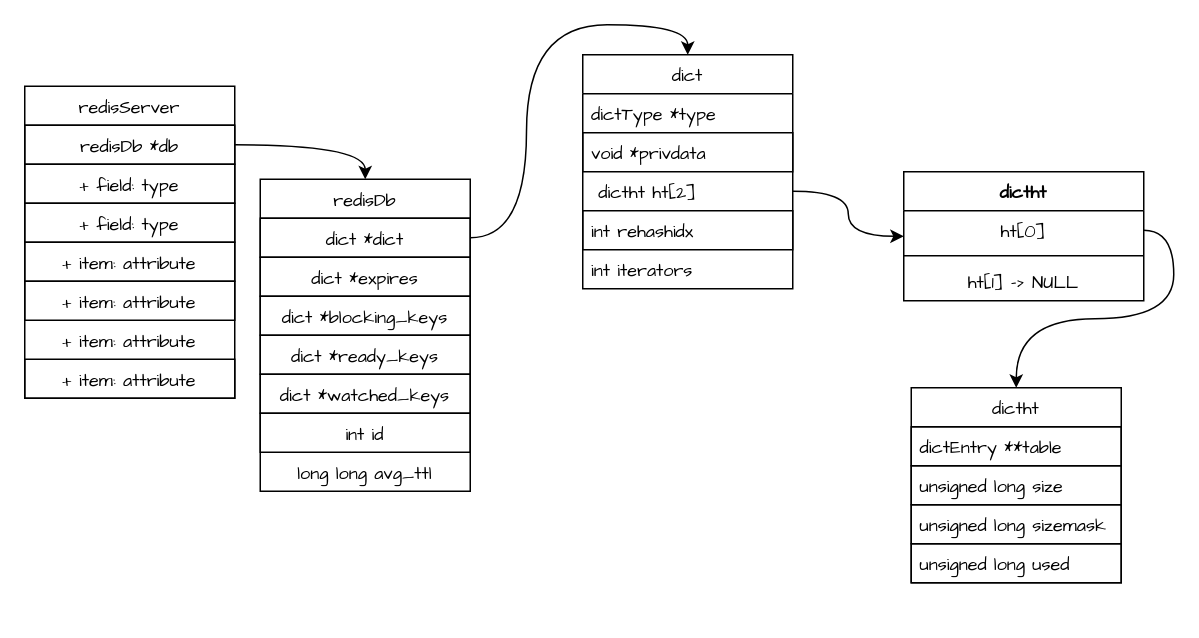
This is redis-main.drawio from munding/drawio, a draw.io file, before an edit. Source tidied: cells renumbered, new cells numbered last; positions are measured from the earlier drawing's top-left corner, leaving out a move shared by most shapes. Both pictures are drawn from the tidied source at 150%, with x=0, y=0 at pixel (24, 54).
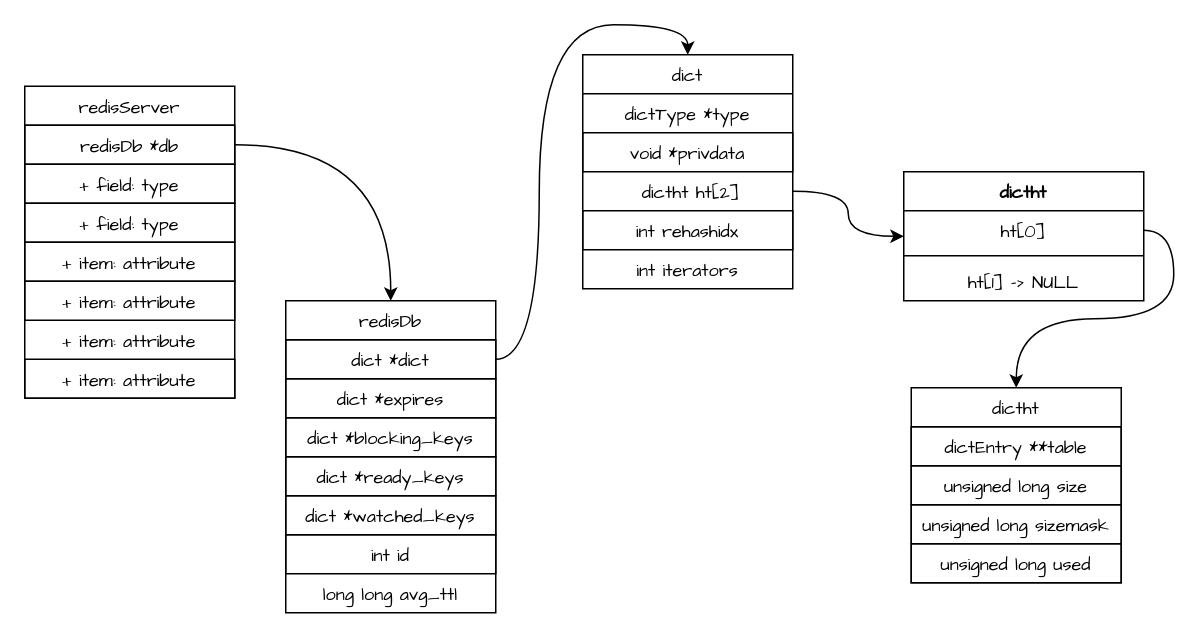
Above is the later version.

The change refers to these unchanged cells:
```xml
<mxCell id="3" value="redisDb *db" style="text;strokeColor=default;fillColor=none;align=center;verticalAlign=top;spacingLeft=4;spacingRight=4;overflow=hidden;points=[[0,0.5],[1,0.5]];portConstraint=eastwest;rounded=0;fontFamily=Comic Sans MS;" parent="2" vertex="1">
  <mxGeometry y="26" width="140" height="26" as="geometry" />
</mxCell>
<mxCell id="11" value="dict *dict" style="text;strokeColor=default;fillColor=none;align=center;verticalAlign=top;spacingLeft=4;spacingRight=4;overflow=hidden;points=[[0,0.5],[1,0.5]];portConstraint=eastwest;rounded=0;fontFamily=Comic Sans MS;" parent="10" vertex="1">
  <mxGeometry y="26" width="140" height="26" as="geometry" />
</mxCell>
<mxCell id="30" value="dictht" style="swimlane;fontStyle=1;align=center;verticalAlign=top;horizontal=1;startSize=26;rounded=0;labelBorderColor=none;fontFamily=Comic Sans MS;strokeColor=default;fillColor=default;" parent="1" vertex="1">
  <mxGeometry x="586" y="78" width="160" height="86" as="geometry" />
</mxCell>
<mxCell id="31" value="ht[0]" style="text;strokeColor=none;fillColor=none;align=center;verticalAlign=top;spacingLeft=4;spacingRight=4;overflow=hidden;points=[[0,0.5],[1,0.5]];portConstraint=eastwest;rounded=0;labelBorderColor=none;fontFamily=Comic Sans MS;" parent="30" vertex="1">
  <mxGeometry y="26" width="160" height="26" as="geometry" />
</mxCell>
```

Change to the diagram source:
```diff
@@
     <mxCell id="10" value="redisDb" style="swimlane;fontStyle=0;horizontal=1;startSize=26;fillColor=none;rounded=0;strokeColor=default;align=center;fontFamily=Comic Sans MS;" parent="1" vertex="1">
-      <mxGeometry x="157" y="83" width="140" height="208" as="geometry" />
+      <mxGeometry x="174" y="164" width="140" height="208" as="geometry" />
     </mxCell>
@@
-    <mxCell id="18" style="edgeStyle=orthogonalEdgeStyle;jettySize=auto;html=1;entryX=0.5;entryY=0;entryDx=0;entryDy=0;fontFamily=Comic Sans MS;curved=1;" parent="1" edge="1" source="3" target="10">
+    <mxCell id="18" style="edgeStyle=orthogonalEdgeStyle;jettySize=auto;html=1;entryX=0.5;entryY=0;entryDx=0;entryDy=0;fontFamily=Comic Sans MS;curved=1;align=center;" parent="1" edge="1" source="3" target="10">
       <mxGeometry relative="1" as="geometry" />
     </mxCell>
-    <mxCell id="19" value="dict" style="swimlane;fontStyle=0;horizontal=1;startSize=26;fillColor=none;rounded=0;labelBorderColor=none;fontFamily=Comic Sans MS;strokeColor=default;" parent="1" vertex="1">
+    <mxCell id="19" value="dict" style="swimlane;fontStyle=0;horizontal=1;startSize=26;fillColor=none;rounded=0;labelBorderColor=none;fontFamily=Comic Sans MS;strokeColor=default;align=center;" parent="1" vertex="1">
       <mxGeometry x="372" width="140" height="156" as="geometry" />
     </mxCell>
-    <mxCell id="20" value="dictType *type" style="text;strokeColor=none;fillColor=none;align=left;verticalAlign=top;spacingLeft=4;spacingRight=4;overflow=hidden;rounded=0;labelBorderColor=none;fontFamily=Comic Sans MS;" parent="19" vertex="1">
+    <mxCell id="20" value="dictType *type" style="text;strokeColor=none;fillColor=none;align=center;verticalAlign=top;spacingLeft=4;spacingRight=4;overflow=hidden;rounded=0;labelBorderColor=none;fontFamily=Comic Sans MS;" parent="19" vertex="1">
       <mxGeometry y="26" width="140" height="26" as="geometry" />
     </mxCell>
-    <mxCell id="21" value="void *privdata" style="text;strokeColor=default;fillColor=none;align=left;verticalAlign=top;spacingLeft=4;spacingRight=4;overflow=hidden;rounded=0;labelBorderColor=none;fontFamily=Comic Sans MS;" parent="19" vertex="1">
+    <mxCell id="21" value="void *privdata" style="text;strokeColor=default;fillColor=none;align=center;verticalAlign=top;spacingLeft=4;spacingRight=4;overflow=hidden;rounded=0;labelBorderColor=none;fontFamily=Comic Sans MS;" parent="19" vertex="1">
       <mxGeometry y="52" width="140" height="26" as="geometry" />
     </mxCell>
-    <mxCell id="22" value=" dictht ht[2]" style="text;strokeColor=none;fillColor=none;align=left;verticalAlign=top;spacingLeft=4;spacingRight=4;overflow=hidden;points=[[0,0.5],[1,0.5]];portConstraint=eastwest;rounded=0;labelBorderColor=none;fontFamily=Comic Sans MS;" parent="19" vertex="1">
+    <mxCell id="22" value=" dictht ht[2]" style="text;strokeColor=none;fillColor=none;align=center;verticalAlign=top;spacingLeft=4;spacingRight=4;overflow=hidden;points=[[0,0.5],[1,0.5]];portConstraint=eastwest;rounded=0;labelBorderColor=none;fontFamily=Comic Sans MS;" parent="19" vertex="1">
       <mxGeometry y="78" width="140" height="26" as="geometry" />
     </mxCell>
-    <mxCell id="23" value="int rehashidx" style="text;strokeColor=default;fillColor=none;align=left;verticalAlign=top;spacingLeft=4;spacingRight=4;overflow=hidden;rounded=0;labelBorderColor=none;fontFamily=Comic Sans MS;" parent="19" vertex="1">
+    <mxCell id="23" value="int rehashidx" style="text;strokeColor=default;fillColor=none;align=center;verticalAlign=top;spacingLeft=4;spacingRight=4;overflow=hidden;rounded=0;labelBorderColor=none;fontFamily=Comic Sans MS;" parent="19" vertex="1">
       <mxGeometry y="104" width="140" height="26" as="geometry" />
     </mxCell>
-    <mxCell id="24" value="int iterators" style="text;strokeColor=none;fillColor=none;align=left;verticalAlign=top;spacingLeft=4;spacingRight=4;overflow=hidden;rounded=1;labelBorderColor=none;fontFamily=Comic Sans MS;" parent="19" vertex="1">
+    <mxCell id="24" value="int iterators" style="text;strokeColor=none;fillColor=none;align=center;verticalAlign=top;spacingLeft=4;spacingRight=4;overflow=hidden;rounded=1;labelBorderColor=none;fontFamily=Comic Sans MS;" parent="19" vertex="1">
       <mxGeometry y="130" width="140" height="26" as="geometry" />
     </mxCell>
-    <mxCell id="25" value="dictht" style="swimlane;fontStyle=0;horizontal=1;startSize=26;fillColor=none;rounded=0;labelBorderColor=none;fontFamily=Comic Sans MS;strokeColor=default;" parent="1" vertex="1">
+    <mxCell id="25" value="dictht" style="swimlane;fontStyle=0;horizontal=1;startSize=26;fillColor=none;rounded=0;labelBorderColor=none;fontFamily=Comic Sans MS;strokeColor=default;align=center;" parent="1" vertex="1">
       <mxGeometry x="591" y="222" width="140" height="130" as="geometry" />
     </mxCell>
-    <mxCell id="26" value="dictEntry **table" style="text;strokeColor=default;fillColor=none;align=left;verticalAlign=top;spacingLeft=4;spacingRight=4;overflow=hidden;rounded=0;labelBorderColor=none;fontFamily=Comic Sans MS;" parent="25" vertex="1">
+    <mxCell id="26" value="dictEntry **table" style="text;strokeColor=default;fillColor=none;align=center;verticalAlign=top;spacingLeft=4;spacingRight=4;overflow=hidden;rounded=0;labelBorderColor=none;fontFamily=Comic Sans MS;" parent="25" vertex="1">
       <mxGeometry y="26" width="140" height="26" as="geometry" />
     </mxCell>
-    <mxCell id="27" value="unsigned long size" style="text;strokeColor=default;fillColor=none;align=left;verticalAlign=top;spacingLeft=4;spacingRight=4;overflow=hidden;rounded=0;labelBorderColor=none;fontFamily=Comic Sans MS;" parent="25" vertex="1">
+    <mxCell id="27" value="unsigned long size" style="text;strokeColor=default;fillColor=none;align=center;verticalAlign=top;spacingLeft=4;spacingRight=4;overflow=hidden;rounded=0;labelBorderColor=none;fontFamily=Comic Sans MS;" parent="25" vertex="1">
       <mxGeometry y="52" width="140" height="26" as="geometry" />
     </mxCell>
-    <mxCell id="28" value="unsigned long sizemask" style="text;strokeColor=default;fillColor=none;align=left;verticalAlign=top;spacingLeft=4;spacingRight=4;overflow=hidden;rounded=0;labelBorderColor=none;fontFamily=Comic Sans MS;" parent="25" vertex="1">
+    <mxCell id="28" value="unsigned long sizemask" style="text;strokeColor=default;fillColor=none;align=center;verticalAlign=top;spacingLeft=4;spacingRight=4;overflow=hidden;rounded=0;labelBorderColor=none;fontFamily=Comic Sans MS;" parent="25" vertex="1">
       <mxGeometry y="78" width="140" height="26" as="geometry" />
     </mxCell>
-    <mxCell id="29" value="unsigned long used" style="text;strokeColor=default;fillColor=none;align=left;verticalAlign=top;spacingLeft=4;spacingRight=4;overflow=hidden;rounded=0;labelBorderColor=none;fontFamily=Comic Sans MS;" parent="25" vertex="1">
+    <mxCell id="29" value="unsigned long used" style="text;strokeColor=default;fillColor=none;align=center;verticalAlign=top;spacingLeft=4;spacingRight=4;overflow=hidden;rounded=0;labelBorderColor=none;fontFamily=Comic Sans MS;" parent="25" vertex="1">
       <mxGeometry y="104" width="140" height="26" as="geometry" />
     </mxCell>
@@
-    <mxCell id="34" style="edgeStyle=orthogonalEdgeStyle;curved=1;jettySize=auto;html=1;fontFamily=Comic Sans MS;fontSize=12;fontColor=default;exitX=1;exitY=0.5;exitDx=0;exitDy=0;" parent="1" edge="1" source="22" target="30">
+    <mxCell id="34" style="edgeStyle=orthogonalEdgeStyle;curved=1;jettySize=auto;html=1;fontFamily=Comic Sans MS;fontSize=12;fontColor=default;exitX=1;exitY=0.5;exitDx=0;exitDy=0;align=center;" parent="1" edge="1" source="22" target="30">
       <mxGeometry relative="1" as="geometry" />
     </mxCell>
-    <mxCell id="35" style="edgeStyle=orthogonalEdgeStyle;curved=1;jettySize=auto;html=1;exitX=1;exitY=0.5;exitDx=0;exitDy=0;entryX=0.5;entryY=0;entryDx=0;entryDy=0;fontFamily=Comic Sans MS;fontSize=12;fontColor=default;" parent="1" edge="1" source="31" target="25">
+    <mxCell id="35" style="edgeStyle=orthogonalEdgeStyle;curved=1;jettySize=auto;html=1;exitX=1;exitY=0.5;exitDx=0;exitDy=0;entryX=0.5;entryY=0;entryDx=0;entryDy=0;fontFamily=Comic Sans MS;fontSize=12;fontColor=default;align=center;" parent="1" edge="1" source="31" target="25">
       <mxGeometry relative="1" as="geometry" />
     </mxCell>
-    <mxCell id="36" style="edgeStyle=orthogonalEdgeStyle;curved=1;jettySize=auto;html=1;exitX=1;exitY=0.5;exitDx=0;exitDy=0;entryX=0.5;entryY=0;entryDx=0;entryDy=0;fontFamily=Comic Sans MS;fontSize=12;fontColor=default;" parent="1" edge="1" source="11" target="19">
+    <mxCell id="36" style="edgeStyle=orthogonalEdgeStyle;curved=1;jettySize=auto;html=1;exitX=1;exitY=0.5;exitDx=0;exitDy=0;entryX=0.5;entryY=0;entryDx=0;entryDy=0;fontFamily=Comic Sans MS;fontSize=12;fontColor=default;align=center;" parent="1" edge="1" source="11" target="19">
       <mxGeometry relative="1" as="geometry" />
     </mxCell>
```
